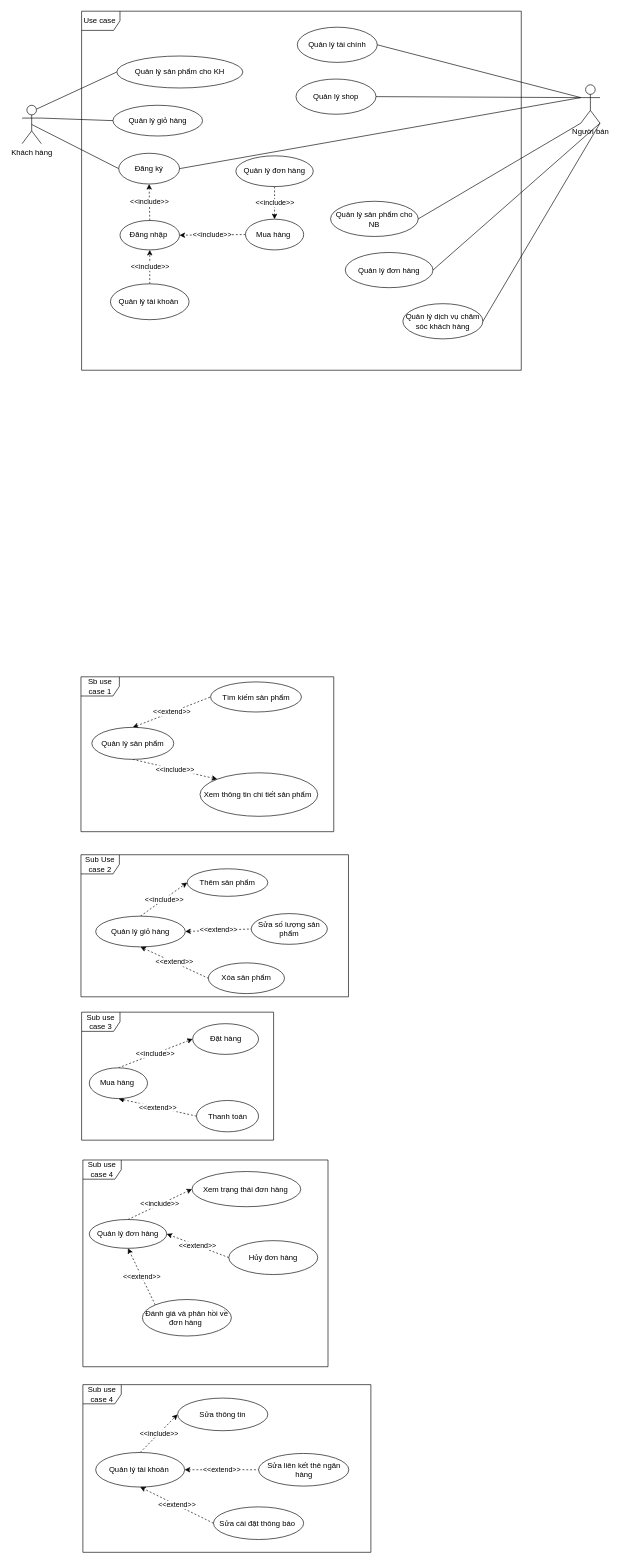
This is CMC/Nháp.drawio from tranthihuong-753/test, a draw.io file, before an edit. Source tidied: cells renumbered, new cells numbered last; positions are measured from the earlier drawing's top-left corner, leaving out a move shared by most shapes. Both pictures are drawn from the tidied source at 64%, with x=0, y=0 at pixel (22, 11).
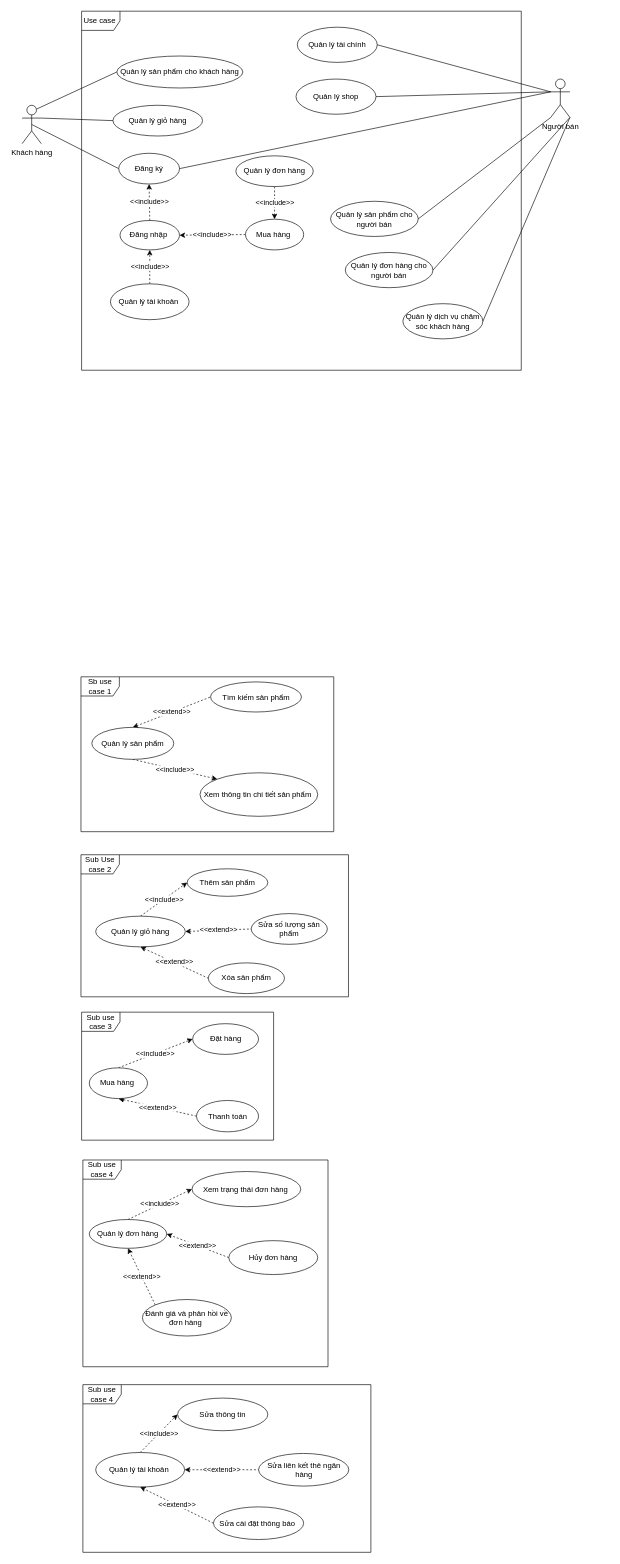
After the change.

Commit message:
ĐACN use case

Change to the diagram source:
```diff
@@
-    <mxCell id="7" value="Quản lý sản phẩm cho KH" style="ellipse;whiteSpace=wrap;html=1;" parent="1" vertex="1">
+    <mxCell id="7" value="Quản lý sản phẩm cho khách hàng" style="ellipse;whiteSpace=wrap;html=1;" parent="1" vertex="1">
       <mxGeometry x="148" y="70" width="197" height="50" as="geometry" />
     </mxCell>
@@
     <mxCell id="55" value="Người bán" style="shape=umlActor;verticalLabelPosition=bottom;verticalAlign=top;html=1;" parent="1" vertex="1">
-      <mxGeometry x="873" y="115" width="30" height="60" as="geometry" />
+      <mxGeometry x="826" y="106" width="30" height="60" as="geometry" />
     </mxCell>
-    <mxCell id="56" value="Quản lý sản phẩm cho NB" style="ellipse;whiteSpace=wrap;html=1;" parent="1" vertex="1">
+    <mxCell id="56" value="Quản lý sản phẩm cho người bán" style="ellipse;whiteSpace=wrap;html=1;" parent="1" vertex="1">
       <mxGeometry x="482" y="297" width="137" height="55" as="geometry" />
     </mxCell>
@@
-    <mxCell id="58" value="Quản lý đơn hàng" style="ellipse;whiteSpace=wrap;html=1;" parent="1" vertex="1">
+    <mxCell id="58" value="Quản lý đơn hàng cho người bán" style="ellipse;whiteSpace=wrap;html=1;" parent="1" vertex="1">
       <mxGeometry x="505" y="377" width="137" height="55" as="geometry" />
     </mxCell>
```
